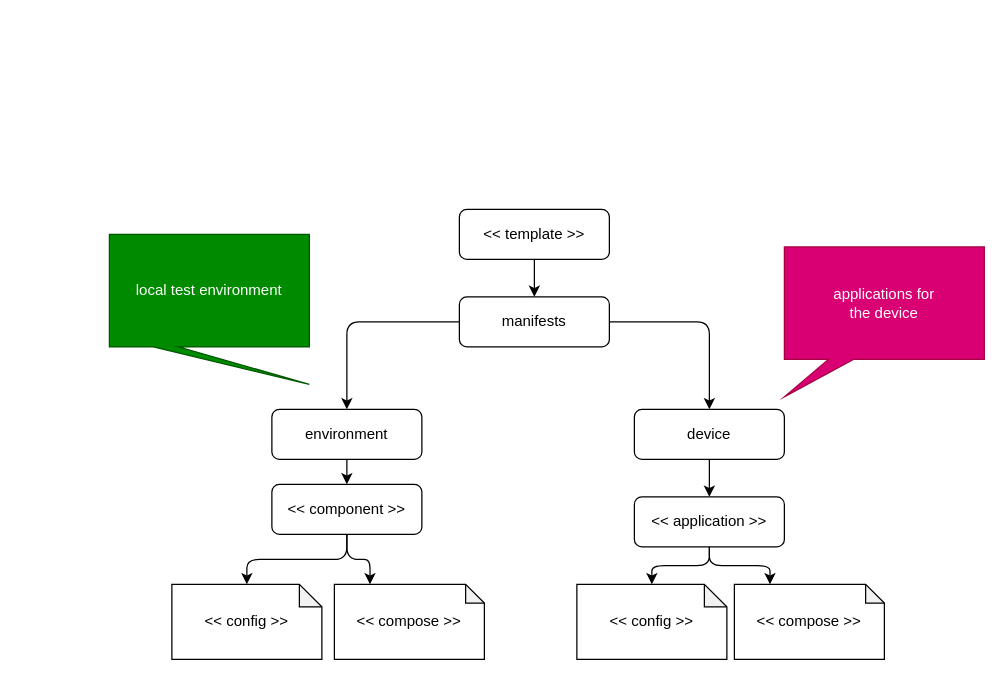
Before: docs/mender.drawio in ci4rail/mender-template, a draw.io diagram. Source tidied: cells renumbered, new cells numbered last; positions are measured from the earlier drawing's top-left corner, leaving out a move shared by most shapes. Both pictures are drawn from the tidied source at 125%, with x=0, y=0 at pixel (109, 209).
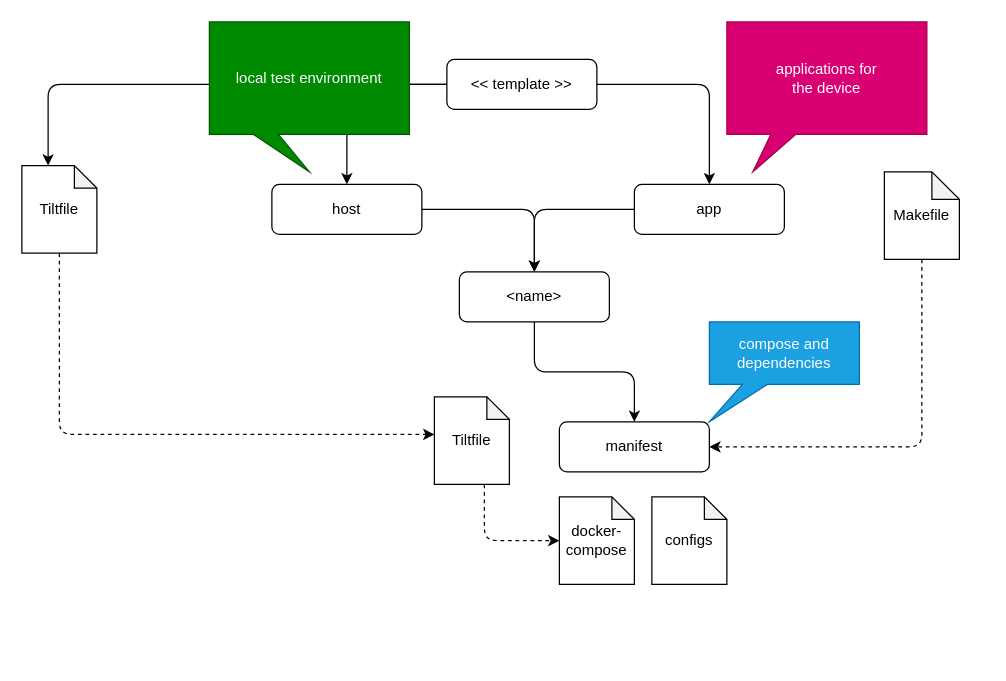
After the change.

The edit, as a diff of the source:
```diff
@@
-    <mxCell id="2" style="edgeStyle=none;html=1;" parent="1" edge="1" source="3" target="7">
-      <mxGeometry relative="1" as="geometry" />
-    </mxCell>
+    <mxCell id="24" style="edgeStyle=orthogonalEdgeStyle;html=1;" parent="1" edge="1" source="3" target="28">
+      <mxGeometry relative="1" as="geometry" />
+    </mxCell>
+    <mxCell id="25" style="edgeStyle=orthogonalEdgeStyle;html=1;" parent="1" edge="1" source="3" target="30">
+      <mxGeometry relative="1" as="geometry" />
+    </mxCell>
+    <mxCell id="26" style="edgeStyle=orthogonalEdgeStyle;html=1;entryX=0;entryY=0;entryDx=21;entryDy=0;entryPerimeter=0;" parent="1" edge="1" source="3" target="40">
+      <mxGeometry relative="1" as="geometry" />
+    </mxCell>
     <mxCell id="3" value="&amp;lt;&amp;lt; template &amp;gt;&amp;gt;" style="rounded=1;whiteSpace=wrap;html=1;fontSize=12;glass=0;strokeWidth=1;shadow=0;" parent="1" vertex="1">
-      <mxGeometry x="280" width="120" height="40" as="geometry" />
+      <mxGeometry x="270" y="-120" width="120" height="40" as="geometry" />
     </mxCell>
@@
-    <mxCell id="5" style="edgeStyle=orthogonalEdgeStyle;html=1;entryX=0.5;entryY=0;entryDx=0;entryDy=0;" parent="1" edge="1" source="7" target="9">
-      <mxGeometry relative="1" as="geometry" />
+    <mxCell id="5" style="edgeStyle=orthogonalEdgeStyle;html=1;entryX=0.5;entryY=0;entryDx=0;entryDy=0;" parent="1" edge="1">
+      <mxGeometry relative="1" as="geometry">
+        <mxPoint x="510" y="290" as="sourcePoint" />
+      </mxGeometry>
     </mxCell>
-    <mxCell id="6" style="edgeStyle=orthogonalEdgeStyle;html=1;entryX=0.5;entryY=0;entryDx=0;entryDy=0;" parent="1" edge="1" source="7" target="11">
-      <mxGeometry relative="1" as="geometry" />
+    <mxCell id="6" style="edgeStyle=orthogonalEdgeStyle;html=1;entryX=0.5;entryY=0;entryDx=0;entryDy=0;" parent="1" edge="1">
+      <mxGeometry relative="1" as="geometry">
+        <mxPoint x="570.5" y="270" as="sourcePoint" />
+      </mxGeometry>
     </mxCell>
-    <mxCell id="7" value="manifests" style="rounded=1;whiteSpace=wrap;html=1;fontSize=12;glass=0;strokeWidth=1;shadow=0;" parent="1" vertex="1">
-      <mxGeometry x="280" y="70" width="120" height="40" as="geometry" />
-    </mxCell>
-    <mxCell id="8" style="edgeStyle=orthogonalEdgeStyle;html=1;" parent="1" edge="1" source="9" target="19">
-      <mxGeometry relative="1" as="geometry" />
-    </mxCell>
-    <mxCell id="9" value="environment" style="rounded=1;whiteSpace=wrap;html=1;fontSize=12;glass=0;strokeWidth=1;shadow=0;" parent="1" vertex="1">
-      <mxGeometry x="130" y="160" width="120" height="40" as="geometry" />
-    </mxCell>
-    <mxCell id="10" style="edgeStyle=orthogonalEdgeStyle;html=1;entryX=0.5;entryY=0;entryDx=0;entryDy=0;" parent="1" edge="1" source="11" target="14">
-      <mxGeometry relative="1" as="geometry" />
-    </mxCell>
-    <mxCell id="11" value="device" style="rounded=1;whiteSpace=wrap;html=1;fontSize=12;glass=0;strokeWidth=1;shadow=0;" parent="1" vertex="1">
-      <mxGeometry x="420" y="160" width="120" height="40" as="geometry" />
-    </mxCell>
-    <mxCell id="12" style="edgeStyle=orthogonalEdgeStyle;html=1;entryX=0.5;entryY=0;entryDx=0;entryDy=0;entryPerimeter=0;" parent="1" edge="1" source="14" target="16">
-      <mxGeometry relative="1" as="geometry" />
-    </mxCell>
-    <mxCell id="13" style="edgeStyle=orthogonalEdgeStyle;html=1;entryX=0;entryY=0;entryDx=28.5;entryDy=0;entryPerimeter=0;" parent="1" edge="1" source="14" target="15">
-      <mxGeometry relative="1" as="geometry" />
-    </mxCell>
-    <mxCell id="14" value="&amp;lt;&amp;lt; application &amp;gt;&amp;gt;" style="rounded=1;whiteSpace=wrap;html=1;fontSize=12;glass=0;strokeWidth=1;shadow=0;" parent="1" vertex="1">
-      <mxGeometry x="420" y="230" width="120" height="40" as="geometry" />
-    </mxCell>
-    <mxCell id="15" value="&amp;lt;&amp;lt; compose &amp;gt;&amp;gt;" style="shape=note;whiteSpace=wrap;html=1;backgroundOutline=1;darkOpacity=0.05;size=15;" parent="1" vertex="1">
-      <mxGeometry x="500" y="300" width="120" height="60" as="geometry" />
-    </mxCell>
-    <mxCell id="16" value="&amp;lt;&amp;lt; config &amp;gt;&amp;gt;" style="shape=note;whiteSpace=wrap;html=1;backgroundOutline=1;darkOpacity=0.05;size=18;" parent="1" vertex="1">
-      <mxGeometry x="374" y="300" width="120" height="60" as="geometry" />
-    </mxCell>
-    <mxCell id="17" value="local test environment" style="shape=callout;whiteSpace=wrap;html=1;perimeter=calloutPerimeter;size=30;position=0.22;position2=1;fillColor=#008a00;fontColor=#ffffff;strokeColor=#005700;" parent="1" vertex="1">
-      <mxGeometry y="20" width="160" height="120" as="geometry" />
+    <mxCell id="17" value="local test environment" style="shape=callout;whiteSpace=wrap;html=1;perimeter=calloutPerimeter;size=30;position=0.22;position2=0.5;fillColor=#008a00;fontColor=#ffffff;strokeColor=#005700;" parent="1" vertex="1">
+      <mxGeometry x="80" y="-150" width="160" height="120" as="geometry" />
     </mxCell>
-    <mxCell id="18" value="applications for&lt;br&gt;the device" style="shape=callout;whiteSpace=wrap;html=1;perimeter=calloutPerimeter;size=30;position=0.22;position2=0;fillColor=#d80073;fontColor=#ffffff;strokeColor=#A50040;" parent="1" vertex="1">
-      <mxGeometry x="540" y="30" width="160" height="120" as="geometry" />
+    <mxCell id="18" value="applications for&lt;br&gt;the device" style="shape=callout;whiteSpace=wrap;html=1;perimeter=calloutPerimeter;size=30;position=0.22;position2=0.13;fillColor=#d80073;fontColor=#ffffff;strokeColor=#A50040;" parent="1" vertex="1">
+      <mxGeometry x="494" y="-150" width="160" height="120" as="geometry" />
     </mxCell>
-    <mxCell id="19" value="&amp;lt;&amp;lt; component &amp;gt;&amp;gt;" style="rounded=1;whiteSpace=wrap;html=1;fontSize=12;glass=0;strokeWidth=1;shadow=0;" parent="1" vertex="1">
-      <mxGeometry x="130" y="220" width="120" height="40" as="geometry" />
-    </mxCell>
-    <mxCell id="20" style="edgeStyle=orthogonalEdgeStyle;html=1;entryX=0.5;entryY=0;entryDx=0;entryDy=0;entryPerimeter=0;exitX=0.5;exitY=1;exitDx=0;exitDy=0;" parent="1" edge="1" source="19" target="23">
-      <mxGeometry relative="1" as="geometry" />
-    </mxCell>
-    <mxCell id="21" style="edgeStyle=orthogonalEdgeStyle;html=1;entryX=0;entryY=0;entryDx=28.5;entryDy=0;entryPerimeter=0;exitX=0.5;exitY=1;exitDx=0;exitDy=0;" parent="1" edge="1" source="19" target="22">
-      <mxGeometry relative="1" as="geometry" />
-    </mxCell>
-    <mxCell id="22" value="&amp;lt;&amp;lt; compose &amp;gt;&amp;gt;" style="shape=note;whiteSpace=wrap;html=1;backgroundOutline=1;darkOpacity=0.05;size=15;" parent="1" vertex="1">
-      <mxGeometry x="180" y="300" width="120" height="60" as="geometry" />
-    </mxCell>
-    <mxCell id="23" value="&amp;lt;&amp;lt; config &amp;gt;&amp;gt;" style="shape=note;whiteSpace=wrap;html=1;backgroundOutline=1;darkOpacity=0.05;size=18;" parent="1" vertex="1">
-      <mxGeometry x="50" y="300" width="120" height="60" as="geometry" />
-    </mxCell>
+    <mxCell id="27" style="edgeStyle=orthogonalEdgeStyle;html=1;" parent="1" edge="1" source="28" target="32">
+      <mxGeometry relative="1" as="geometry" />
+    </mxCell>
+    <mxCell id="28" value="host" style="rounded=1;whiteSpace=wrap;html=1;fontSize=12;glass=0;strokeWidth=1;shadow=0;" parent="1" vertex="1">
+      <mxGeometry x="130" y="-20" width="120" height="40" as="geometry" />
+    </mxCell>
+    <mxCell id="29" style="edgeStyle=orthogonalEdgeStyle;html=1;" parent="1" edge="1" source="30" target="32">
+      <mxGeometry relative="1" as="geometry" />
+    </mxCell>
+    <mxCell id="30" value="app" style="rounded=1;whiteSpace=wrap;html=1;fontSize=12;glass=0;strokeWidth=1;shadow=0;" parent="1" vertex="1">
+      <mxGeometry x="420" y="-20" width="120" height="40" as="geometry" />
+    </mxCell>
+    <mxCell id="31" style="edgeStyle=orthogonalEdgeStyle;html=1;" parent="1" edge="1" source="32" target="35">
+      <mxGeometry relative="1" as="geometry" />
+    </mxCell>
+    <mxCell id="32" value="&amp;lt;name&amp;gt;" style="rounded=1;whiteSpace=wrap;html=1;fontSize=12;glass=0;strokeWidth=1;shadow=0;" parent="1" vertex="1">
+      <mxGeometry x="280" y="50" width="120" height="40" as="geometry" />
+    </mxCell>
+    <mxCell id="33" style="edgeStyle=orthogonalEdgeStyle;html=1;dashed=1;" parent="1" edge="1" source="34" target="36">
+      <mxGeometry relative="1" as="geometry">
+        <Array as="points">
+          <mxPoint x="300" y="265" />
+        </Array>
+      </mxGeometry>
+    </mxCell>
+    <mxCell id="34" value="Tiltfile" style="shape=note;whiteSpace=wrap;html=1;backgroundOutline=1;darkOpacity=0.05;size=18;" parent="1" vertex="1">
+      <mxGeometry x="260" y="150" width="60" height="70" as="geometry" />
+    </mxCell>
+    <mxCell id="35" value="manifest" style="rounded=1;whiteSpace=wrap;html=1;fontSize=12;glass=0;strokeWidth=1;shadow=0;" parent="1" vertex="1">
+      <mxGeometry x="360" y="170" width="120" height="40" as="geometry" />
+    </mxCell>
+    <mxCell id="36" value="docker-compose" style="shape=note;whiteSpace=wrap;html=1;backgroundOutline=1;darkOpacity=0.05;size=18;" parent="1" vertex="1">
+      <mxGeometry x="360" y="230" width="60" height="70" as="geometry" />
+    </mxCell>
+    <mxCell id="37" value="configs" style="shape=note;whiteSpace=wrap;html=1;backgroundOutline=1;darkOpacity=0.05;size=18;" parent="1" vertex="1">
+      <mxGeometry x="434" y="230" width="60" height="70" as="geometry" />
+    </mxCell>
+    <mxCell id="38" value="compose and dependencies" style="shape=callout;whiteSpace=wrap;html=1;perimeter=calloutPerimeter;size=30;position=0.22;position2=0;fillColor=#1ba1e2;fontColor=#ffffff;strokeColor=#006EAF;" parent="1" vertex="1">
+      <mxGeometry x="480" y="90" width="120" height="80" as="geometry" />
+    </mxCell>
+    <mxCell id="39" style="edgeStyle=orthogonalEdgeStyle;html=1;dashed=1;" parent="1" edge="1" source="40" target="34">
+      <mxGeometry relative="1" as="geometry">
+        <Array as="points">
+          <mxPoint x="-40" y="180" />
+        </Array>
+      </mxGeometry>
+    </mxCell>
+    <mxCell id="40" value="Tiltfile" style="shape=note;whiteSpace=wrap;html=1;backgroundOutline=1;darkOpacity=0.05;size=18;" parent="1" vertex="1">
+      <mxGeometry x="-70" y="-35" width="60" height="70" as="geometry" />
+    </mxCell>
+    <mxCell id="41" style="edgeStyle=orthogonalEdgeStyle;html=1;dashed=1;" parent="1" edge="1" source="42" target="35">
+      <mxGeometry relative="1" as="geometry">
+        <Array as="points">
+          <mxPoint x="650" y="190" />
+        </Array>
+      </mxGeometry>
+    </mxCell>
+    <mxCell id="42" value="Makefile" style="shape=note;whiteSpace=wrap;html=1;backgroundOutline=1;darkOpacity=0.05;size=22;" parent="1" vertex="1">
+      <mxGeometry x="620" y="-30" width="60" height="70" as="geometry" />
+    </mxCell>
```
